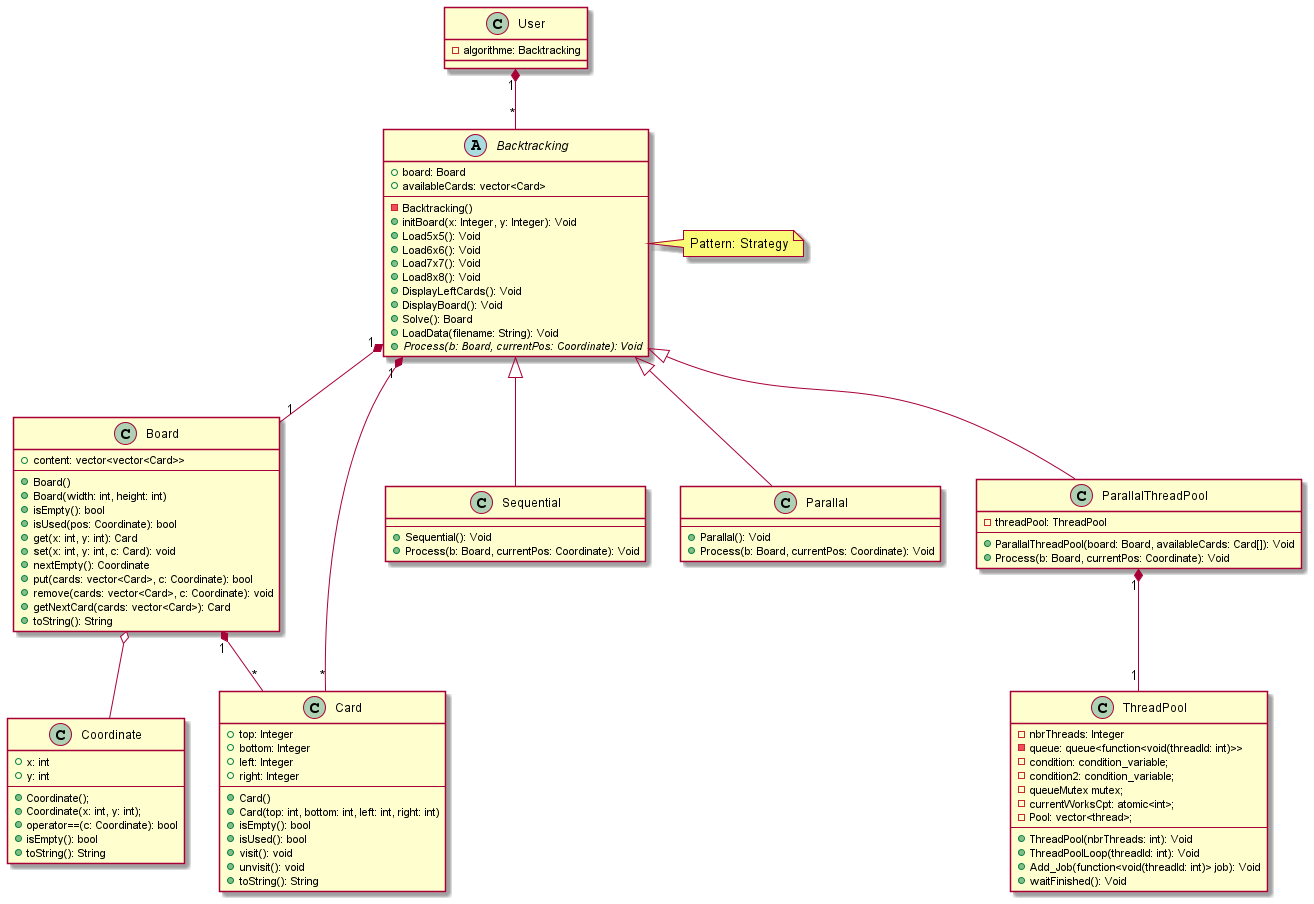
qanastek/Concurency-Tetravex keeps this PlantUML diagram as modelisation/Render/Overview.png. Above is the earlier version.
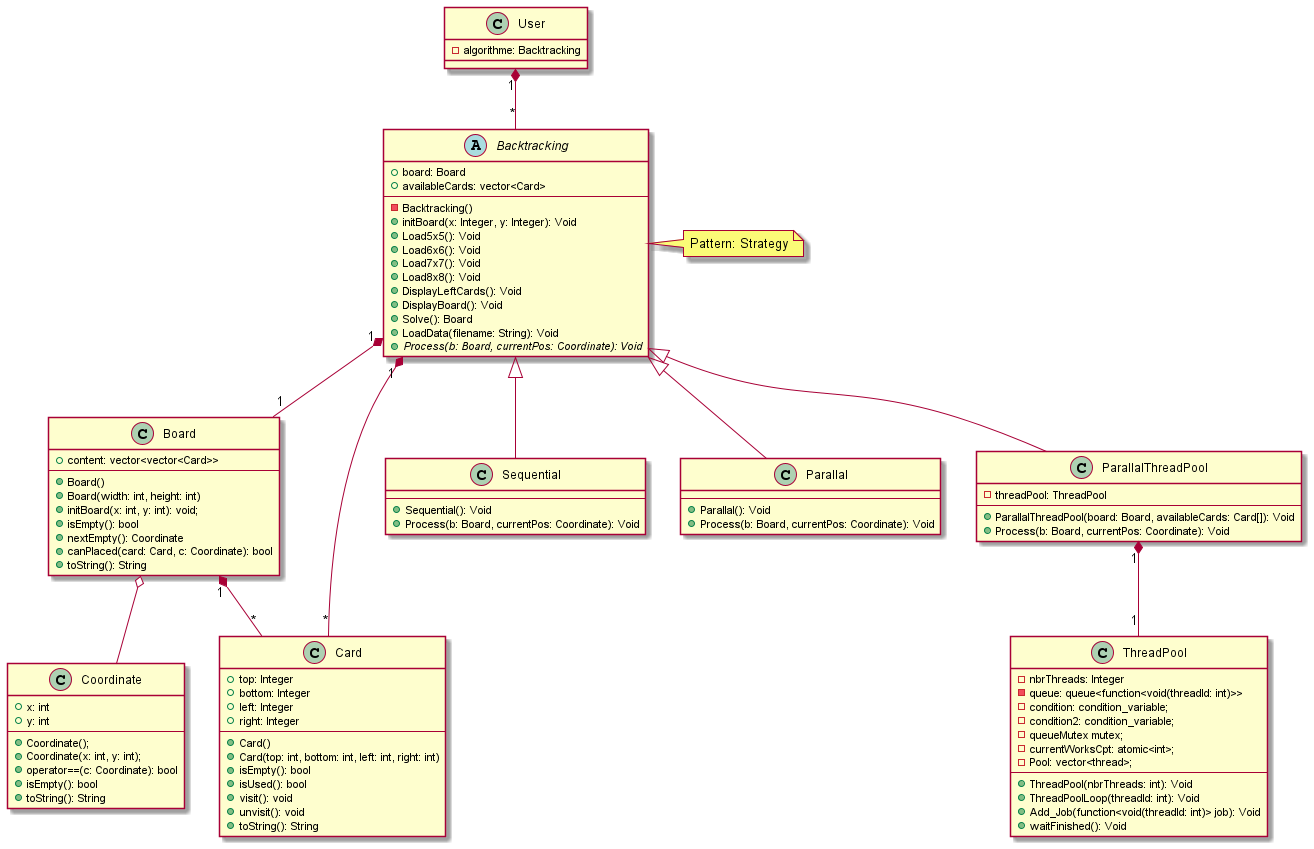
The same diagram one commit later.

Change to the diagram source:
```diff
@@ -10,14 +10,10 @@
     ---
     + Board()
     + Board(width: int, height: int)
+    + initBoard(x: int, y: int): void;
     + isEmpty(): bool
-    + isUsed(pos: Coordinate): bool
-    + get(x: int, y: int): Card
-    + set(x: int, y: int, c: Card): void
     + nextEmpty(): Coordinate
-    + put(cards: vector<Card>, c: Coordinate): bool
-    + remove(cards: vector<Card>, c: Coordinate): void
-    + getNextCard(cards: vector<Card>): Card
+    + canPlaced(card: Card, c: Coordinate): bool
     + toString(): String
 }
 Board o-- Coordinate
```
